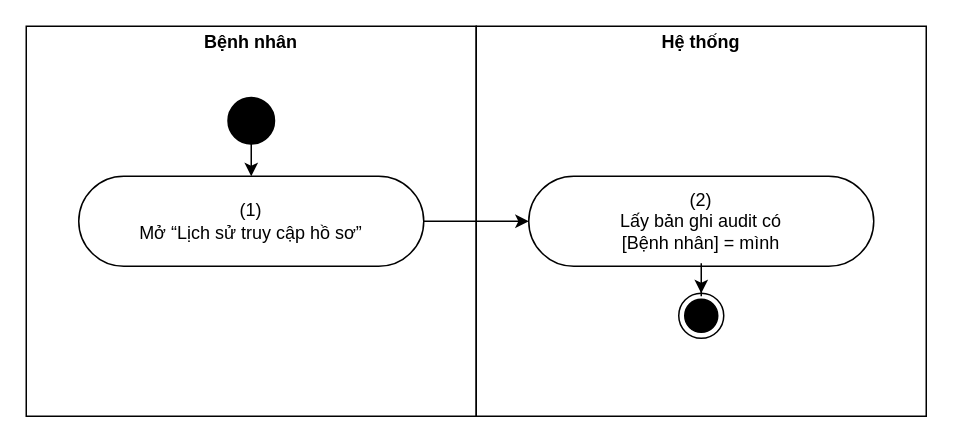
viethung12062005/smart-hospital-platform keeps this draw.io diagram as page "UC 38 View who accessed my record" (1 of 12) of docs/02-requirements/srs/dist/diagrams/10-activity-privacy-admin.drawio. Above is the earlier version. Source tidied: cells renumbered, new cells numbered last; positions are measured from the earlier drawing's top-left corner, leaving out a move shared by most shapes. Both pictures are drawn from the tidied source at 150%, with x=0, y=0 at pixel (26, 26).
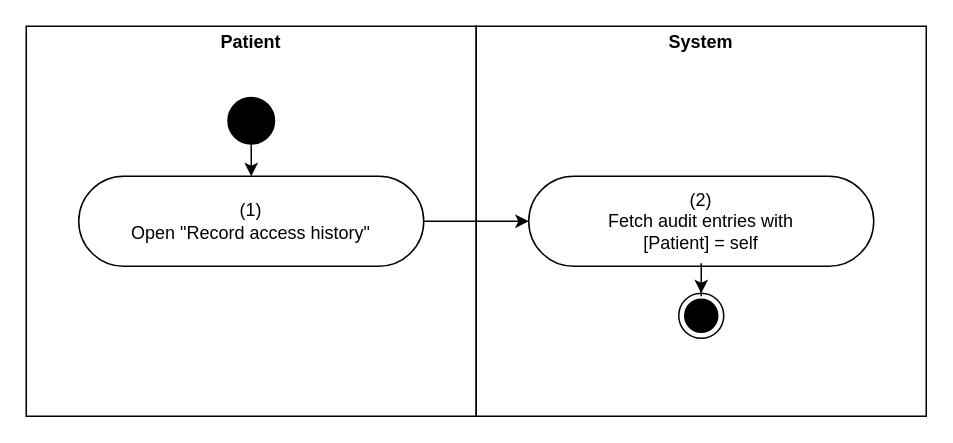
The same page after the edit.

Diff of the diagram source:
```diff
@@
 <mxGraphModel>
   <root>
     <mxCell id="0" />
     <mxCell id="1" parent="0" />
-    <mxCell id="2" value="&lt;p style=&quot;margin:0px;margin-top:4px;text-align:center&quot;&gt;&lt;b&gt;Bệnh nhân&lt;/b&gt;&lt;/p&gt;" style="verticalAlign=top;align=left;overflow=fill;fontSize=12;fontFamily=Helvetica;html=1;rounded=0;shadow=0;strokeColor=#000000;gradientColor=none;whiteSpace=wrap;" parent="1" vertex="1">
+    <mxCell id="2" value="&lt;p style=&quot;margin:0px;margin-top:4px;text-align:center&quot;&gt;&lt;b&gt;Patient&lt;/b&gt;&lt;/p&gt;" style="verticalAlign=top;align=left;overflow=fill;fontSize=12;fontFamily=Helvetica;html=1;rounded=0;shadow=0;strokeColor=#000000;gradientColor=none;whiteSpace=wrap;" parent="1" vertex="1">
       <mxGeometry width="300" height="260" as="geometry" />
     </mxCell>
-    <mxCell id="3" value="&lt;p style=&quot;margin:0px;margin-top:4px;text-align:center&quot;&gt;&lt;b&gt;Hệ thống&lt;/b&gt;&lt;/p&gt;" style="verticalAlign=top;align=left;overflow=fill;fontSize=12;fontFamily=Helvetica;html=1;rounded=0;shadow=0;strokeColor=#000000;gradientColor=none;whiteSpace=wrap;" parent="1" vertex="1">
+    <mxCell id="3" value="&lt;p style=&quot;margin:0px;margin-top:4px;text-align:center&quot;&gt;&lt;b&gt;System&lt;/b&gt;&lt;/p&gt;" style="verticalAlign=top;align=left;overflow=fill;fontSize=12;fontFamily=Helvetica;html=1;rounded=0;shadow=0;strokeColor=#000000;gradientColor=none;whiteSpace=wrap;" parent="1" vertex="1">
       <mxGeometry x="300" width="300" height="260" as="geometry" />
     </mxCell>
-    <mxCell id="4" value="(1)&lt;br&gt;Mở “Lịch sử truy cập hồ sơ”" style="html=1;dashed=0;whitespace=wrap;shape=mxgraph.dfd.start;rounded=0;shadow=0;strokeColor=#000000;gradientColor=none;whiteSpace=wrap;fontSize=12;" parent="1" vertex="1">
+    <mxCell id="4" value="(1)&lt;br&gt;Open &amp;quot;Record access history&amp;quot;" style="html=1;dashed=0;whitespace=wrap;shape=mxgraph.dfd.start;rounded=0;shadow=0;strokeColor=#000000;gradientColor=none;whiteSpace=wrap;fontSize=12;" parent="1" vertex="1">
       <mxGeometry x="35" y="100" width="230" height="60" as="geometry" />
     </mxCell>
-    <mxCell id="5" value="(2)&lt;br&gt;Lấy bản ghi audit có&lt;br&gt;[Bệnh nhân] = mình" style="html=1;dashed=0;whitespace=wrap;shape=mxgraph.dfd.start;rounded=0;shadow=0;strokeColor=#000000;gradientColor=none;whiteSpace=wrap;fontSize=12;" parent="1" vertex="1">
+    <mxCell id="5" value="(2)&lt;br&gt;Fetch audit entries with&lt;br&gt;[Patient] = self" style="html=1;dashed=0;whitespace=wrap;shape=mxgraph.dfd.start;rounded=0;shadow=0;strokeColor=#000000;gradientColor=none;whiteSpace=wrap;fontSize=12;" parent="1" vertex="1">
       <mxGeometry x="335" y="100" width="230" height="60" as="geometry" />
     </mxCell>
     <mxCell id="6" style="strokeWidth=2;html=1;shape=mxgraph.flowchart.start_2;whiteSpace=wrap;rounded=0;shadow=0;gradientColor=none;fillColor=#000000;" parent="1" vertex="1">
       <mxGeometry x="135" y="48" width="30" height="30" as="geometry" />
     </mxCell>
     <mxCell id="7" style="edgeStyle=orthogonalEdgeStyle;rounded=0;jettySize=auto;html=1;" parent="1" edge="1" source="6" target="4">
       <mxGeometry relative="1" as="geometry" />
     </mxCell>
     <mxCell id="8" style="edgeStyle=orthogonalEdgeStyle;rounded=0;jettySize=auto;html=1;" parent="1" edge="1" source="4" target="5">
       <mxGeometry relative="1" as="geometry" />
     </mxCell>
     <mxCell id="9" style="ellipse;html=1;shape=endState;fillColor=#000000;rounded=0;shadow=0;whiteSpace=wrap;" parent="1" vertex="1">
       <mxGeometry x="435" y="178" width="30" height="30" as="geometry" />
     </mxCell>
     <mxCell id="10" style="edgeStyle=orthogonalEdgeStyle;rounded=0;jettySize=auto;html=1;" parent="1" edge="1" source="5" target="9">
       <mxGeometry relative="1" as="geometry" />
     </mxCell>
   </root>
 </mxGraphModel>
```
